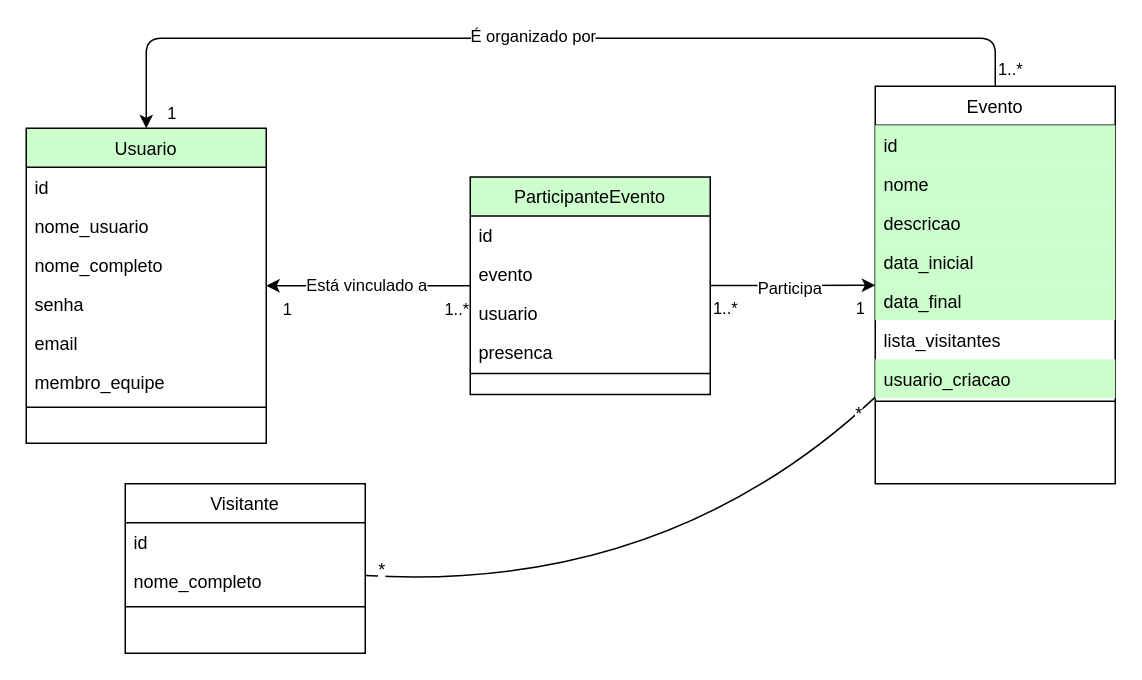
The draw.io diagram artefatos/diagrama_classe.drawio in EricSantosdm/Sistema-de-Registro-de-Presenca-SRP, before the edit. Source tidied: cells renumbered, new cells numbered last; positions are measured from the earlier drawing's top-left corner, leaving out a move shared by most shapes. Both pictures are drawn from the tidied source at 150%, with x=0, y=0 at pixel (26, 38).
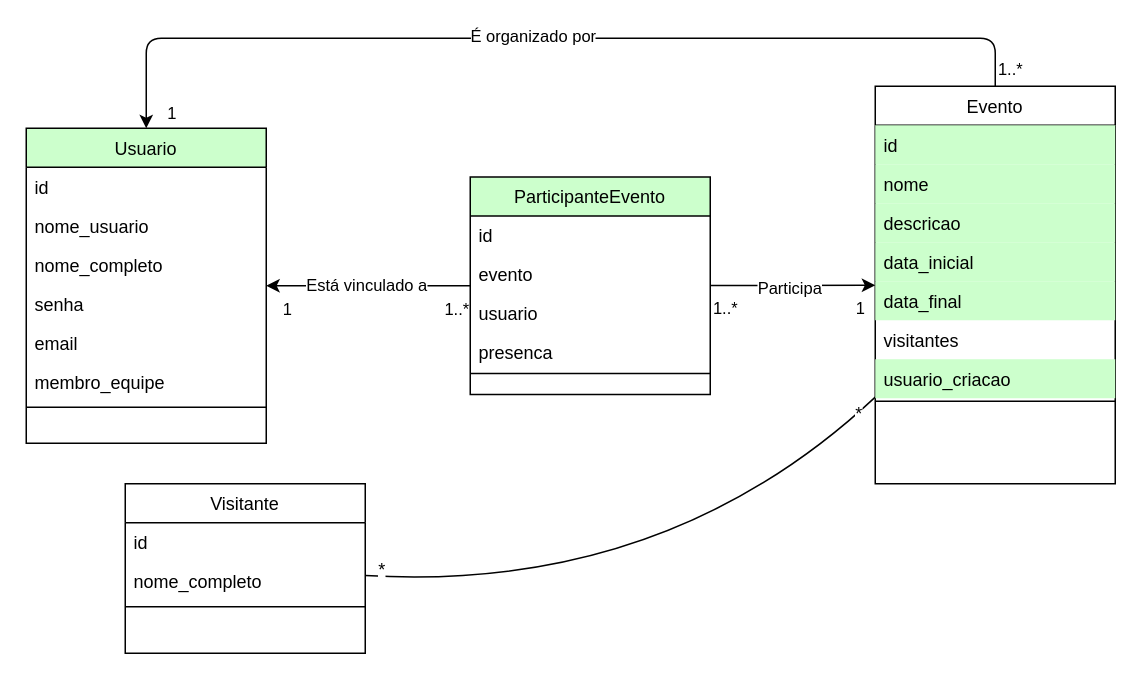
Above is the later version.

Commit message:
feat: Alterando o nome do campo visitantes no diagrama de classes

The change refers to these unchanged cells:
```xml
<mxCell id="9" value="Evento" style="swimlane;fontStyle=0;align=center;verticalAlign=top;horizontal=1;startSize=26;rounded=0;shadow=0;strokeWidth=1;" parent="1" vertex="1">
  <mxGeometry x="566" y="32" width="160" height="265" as="geometry" />
</mxCell>
```

The edit, as a diff of the source:
```diff
@@
-    <mxCell id="15" value="lista_visitantes" style="text;align=left;verticalAlign=top;spacingLeft=4;spacingRight=4;overflow=hidden;rounded=0;shadow=0;html=0;" parent="9" vertex="1">
+    <mxCell id="15" value="visitantes" style="text;align=left;verticalAlign=top;spacingLeft=4;spacingRight=4;overflow=hidden;rounded=0;shadow=0;html=0;" parent="9" vertex="1">
       <mxGeometry y="156" width="160" height="26" as="geometry" />
     </mxCell>
```
